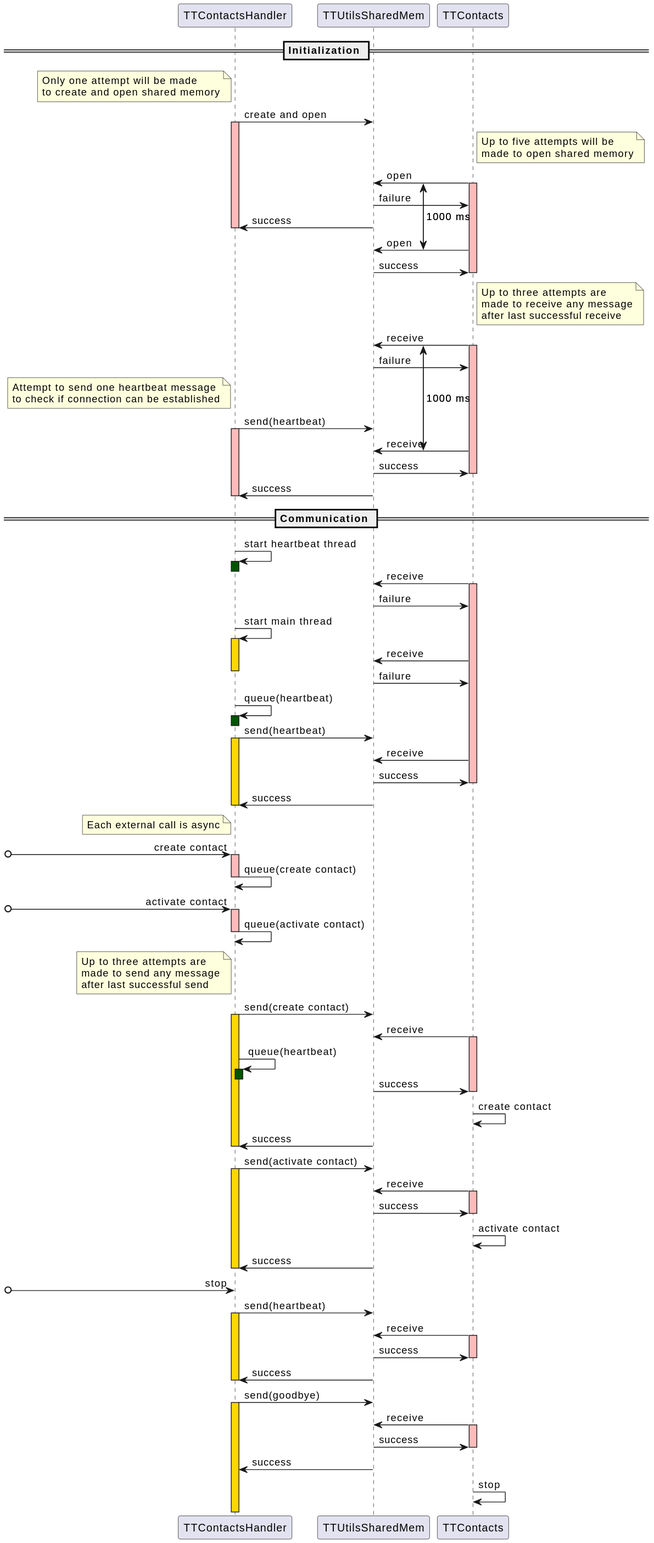
The PlantUML diagram contacts/doc/TTContactsCommunication.svg in devmichalek/TerminalTeams, before a commit.
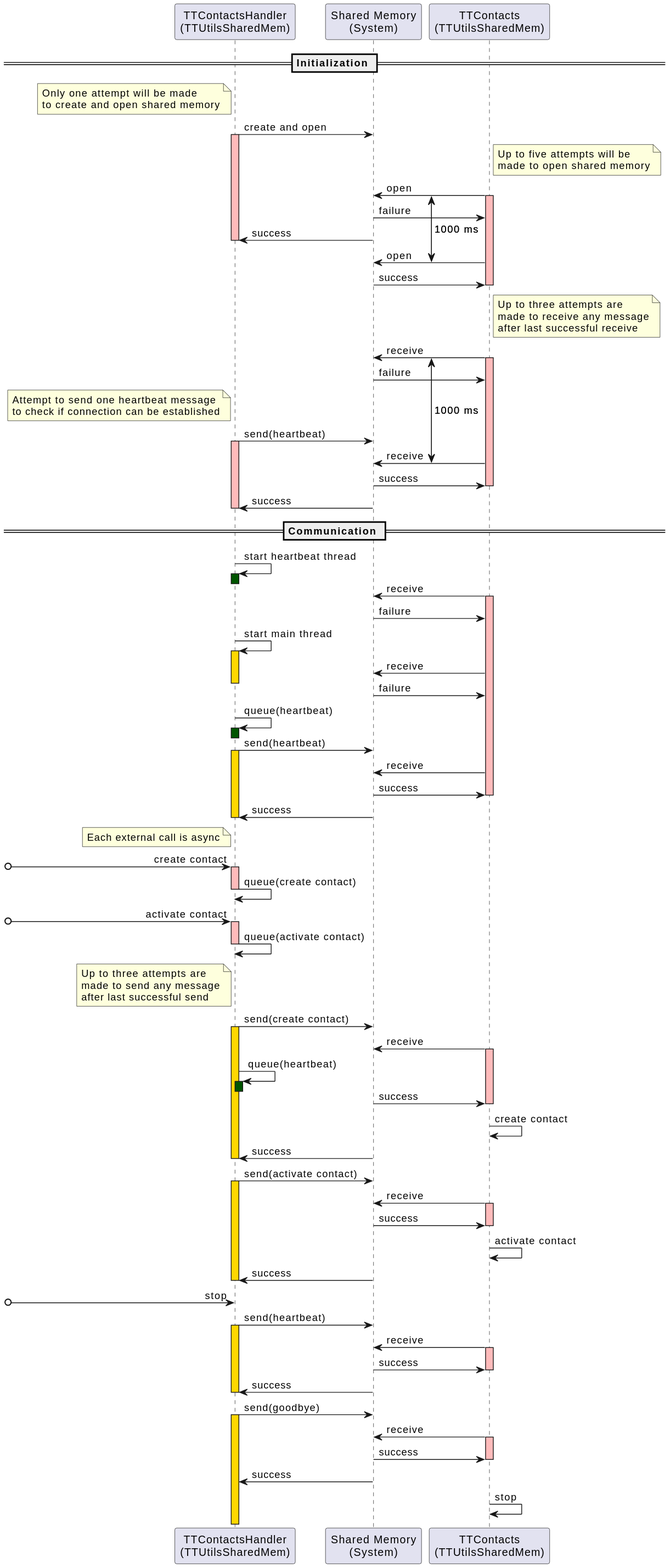
After the change.

Commit message:
Update TTContacts UML

The edit, as a diff of the source:
```diff
@@ -1,5 +1,9 @@
 @startuml
 !pragma teoz true
+
+participant "TTContactsHandler\n(TTUtilsSharedMem)" as TTContactsHandler
+participant "Shared Memory\n(System)" as TTUtilsSharedMem
+participant "TTContacts\n(TTUtilsSharedMem)" as TTContacts
 
 == Initialization ==
 note left of TTContactsHandler
@@ -43,7 +47,6 @@
 deactivate TTContactsHandler
 
 == Communication ==
-
 TTContactsHandler -> TTContactsHandler : start heartbeat thread
 activate TTContactsHandler #005500
 deactivate TTContactsHandler
@@ -78,9 +81,6 @@
 activate TTContactsHandler #FFBBBB
 TTContactsHandler -> TTContactsHandler : queue(activate contact)
 deactivate TTContactsHandler
-
-
-
 note left of TTContactsHandler
 Up to three attempts are
 made to send any message
@@ -98,7 +98,6 @@
 TTContacts -> TTContacts : create contact
 TTUtilsSharedMem -> TTContactsHandler : success
 deactivate TTContactsHandler
-
 TTContactsHandler -> TTUtilsSharedMem : send(activate contact)
 activate TTContactsHandler #gold
 TTContacts -> TTUtilsSharedMem : receive
@@ -108,9 +107,7 @@
 TTContacts -> TTContacts : activate contact
 TTUtilsSharedMem -> TTContactsHandler : success
 deactivate TTContactsHandler
-
 [o-> TTContactsHandler : stop
-
 TTContactsHandler -> TTUtilsSharedMem : send(heartbeat)
 activate TTContactsHandler #gold
 TTContacts -> TTUtilsSharedMem : receive
@@ -119,7 +116,6 @@
 deactivate TTContacts
 TTUtilsSharedMem -> TTContactsHandler : success
 deactivate TTContactsHandler
-
 TTContactsHandler -> TTUtilsSharedMem : send(goodbye)
 activate TTContactsHandler #gold
 TTContacts -> TTUtilsSharedMem : receive
```
